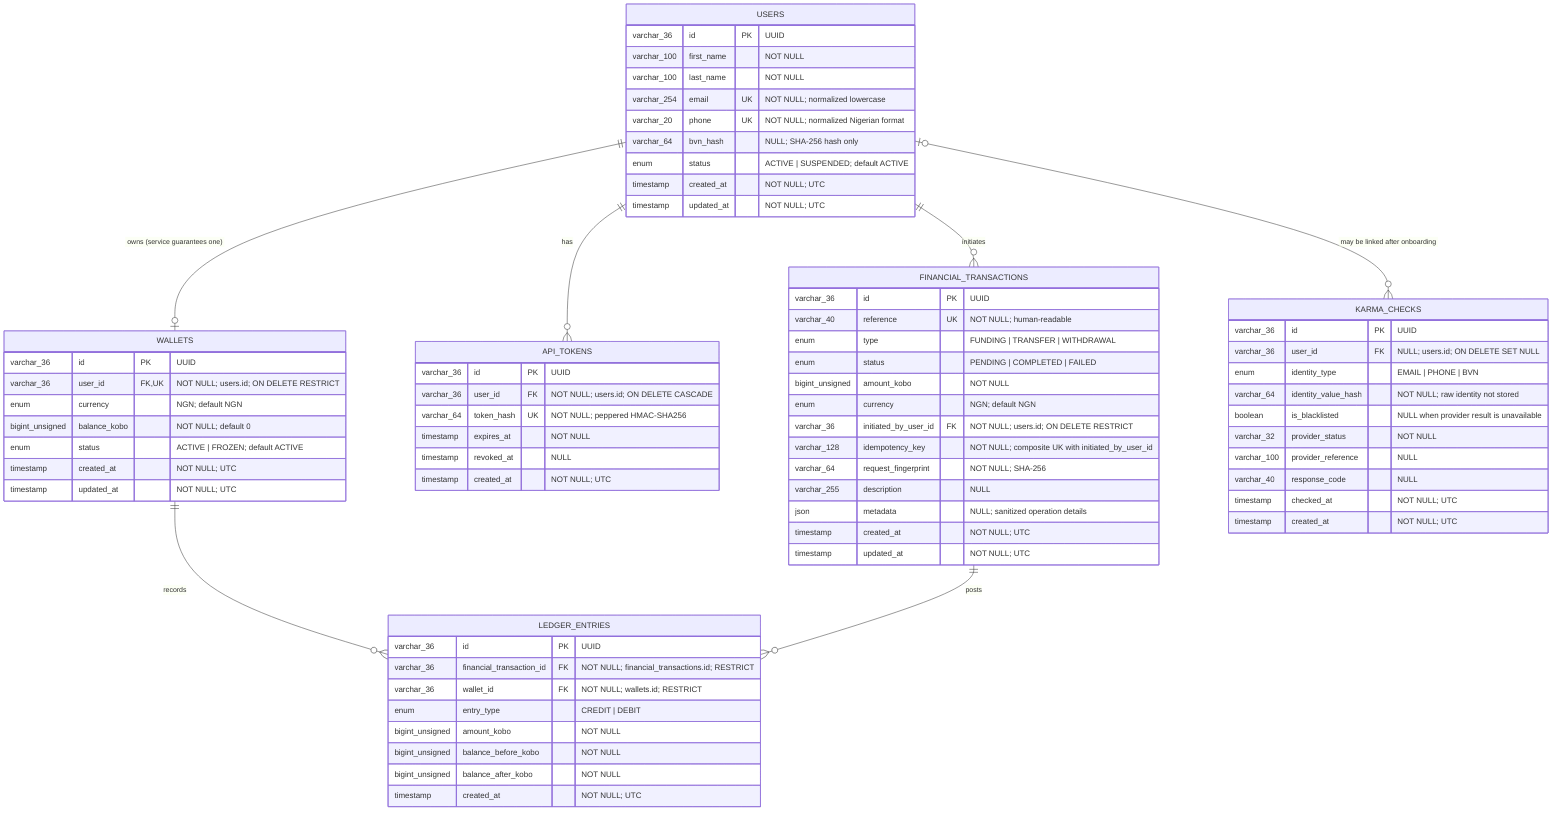
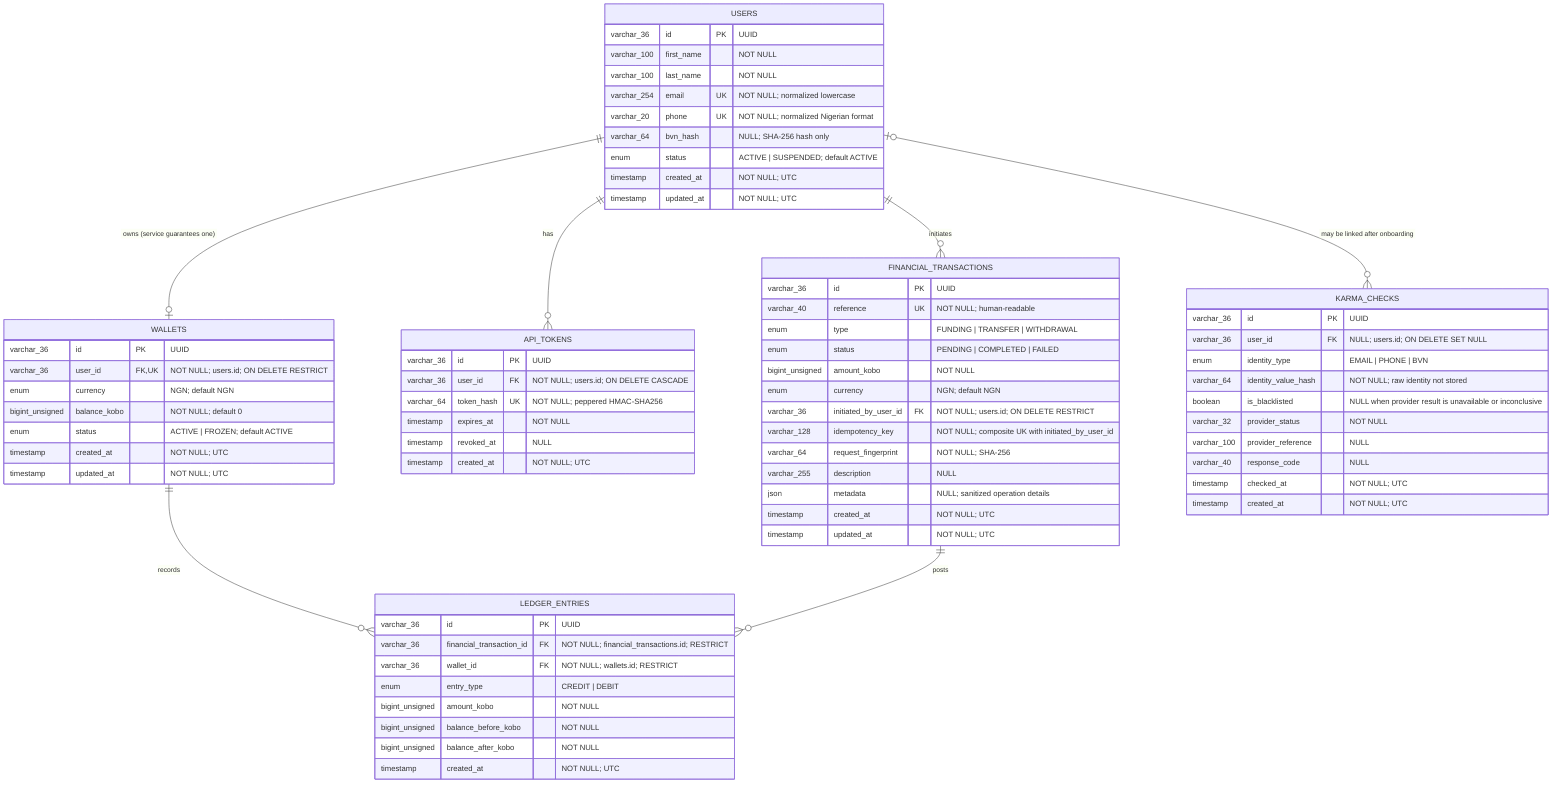
erDiagram
    USERS {
        varchar_36 id PK "UUID"
        varchar_100 first_name "NOT NULL"
        varchar_100 last_name "NOT NULL"
        varchar_254 email UK "NOT NULL; normalized lowercase"
        varchar_20 phone UK "NOT NULL; normalized Nigerian format"
        varchar_64 bvn_hash "NULL; SHA-256 hash only"
        enum status "ACTIVE | SUSPENDED; default ACTIVE"
        timestamp created_at "NOT NULL; UTC"
        timestamp updated_at "NOT NULL; UTC"
    }

    WALLETS {
        varchar_36 id PK "UUID"
        varchar_36 user_id FK,UK "NOT NULL; users.id; ON DELETE RESTRICT"
        enum currency "NGN; default NGN"
        bigint_unsigned balance_kobo "NOT NULL; default 0"
        enum status "ACTIVE | FROZEN; default ACTIVE"
        timestamp created_at "NOT NULL; UTC"
        timestamp updated_at "NOT NULL; UTC"
    }

    API_TOKENS {
        varchar_36 id PK "UUID"
        varchar_36 user_id FK "NOT NULL; users.id; ON DELETE CASCADE"
        varchar_64 token_hash UK "NOT NULL; peppered HMAC-SHA256"
        timestamp expires_at "NOT NULL"
        timestamp revoked_at "NULL"
        timestamp created_at "NOT NULL; UTC"
    }

    FINANCIAL_TRANSACTIONS {
        varchar_36 id PK "UUID"
        varchar_40 reference UK "NOT NULL; human-readable"
        enum type "FUNDING | TRANSFER | WITHDRAWAL"
        enum status "PENDING | COMPLETED | FAILED"
        bigint_unsigned amount_kobo "NOT NULL"
        enum currency "NGN; default NGN"
        varchar_36 initiated_by_user_id FK "NOT NULL; users.id; ON DELETE RESTRICT"
        varchar_128 idempotency_key "NOT NULL; composite UK with initiated_by_user_id"
        varchar_64 request_fingerprint "NOT NULL; SHA-256"
        varchar_255 description "NULL"
        json metadata "NULL; sanitized operation details"
        timestamp created_at "NOT NULL; UTC"
        timestamp updated_at "NOT NULL; UTC"
    }

    LEDGER_ENTRIES {
        varchar_36 id PK "UUID"
        varchar_36 financial_transaction_id FK "NOT NULL; financial_transactions.id; RESTRICT"
        varchar_36 wallet_id FK "NOT NULL; wallets.id; RESTRICT"
        enum entry_type "CREDIT | DEBIT"
        bigint_unsigned amount_kobo "NOT NULL"
        bigint_unsigned balance_before_kobo "NOT NULL"
        bigint_unsigned balance_after_kobo "NOT NULL"
        timestamp created_at "NOT NULL; UTC"
    }

    KARMA_CHECKS {
        varchar_36 id PK "UUID"
        varchar_36 user_id FK "NULL; users.id; ON DELETE SET NULL"
        enum identity_type "EMAIL | PHONE | BVN"
        varchar_64 identity_value_hash "NOT NULL; raw identity not stored"
-         boolean is_blacklisted "NULL when provider result is unavailable"
+         boolean is_blacklisted "NULL when provider result is unavailable or inconclusive"
        varchar_32 provider_status "NOT NULL"
        varchar_100 provider_reference "NULL"
        varchar_40 response_code "NULL"
        timestamp checked_at "NOT NULL; UTC"
        timestamp created_at "NOT NULL; UTC"
    }

    USERS ||--o| WALLETS : "owns (service guarantees one)"
    USERS ||--o{ API_TOKENS : "has"
    USERS ||--o{ FINANCIAL_TRANSACTIONS : "initiates"
    USERS o|--o{ KARMA_CHECKS : "may be linked after onboarding"
    WALLETS ||--o{ LEDGER_ENTRIES : "records"
    FINANCIAL_TRANSACTIONS ||--o{ LEDGER_ENTRIES : "posts"
